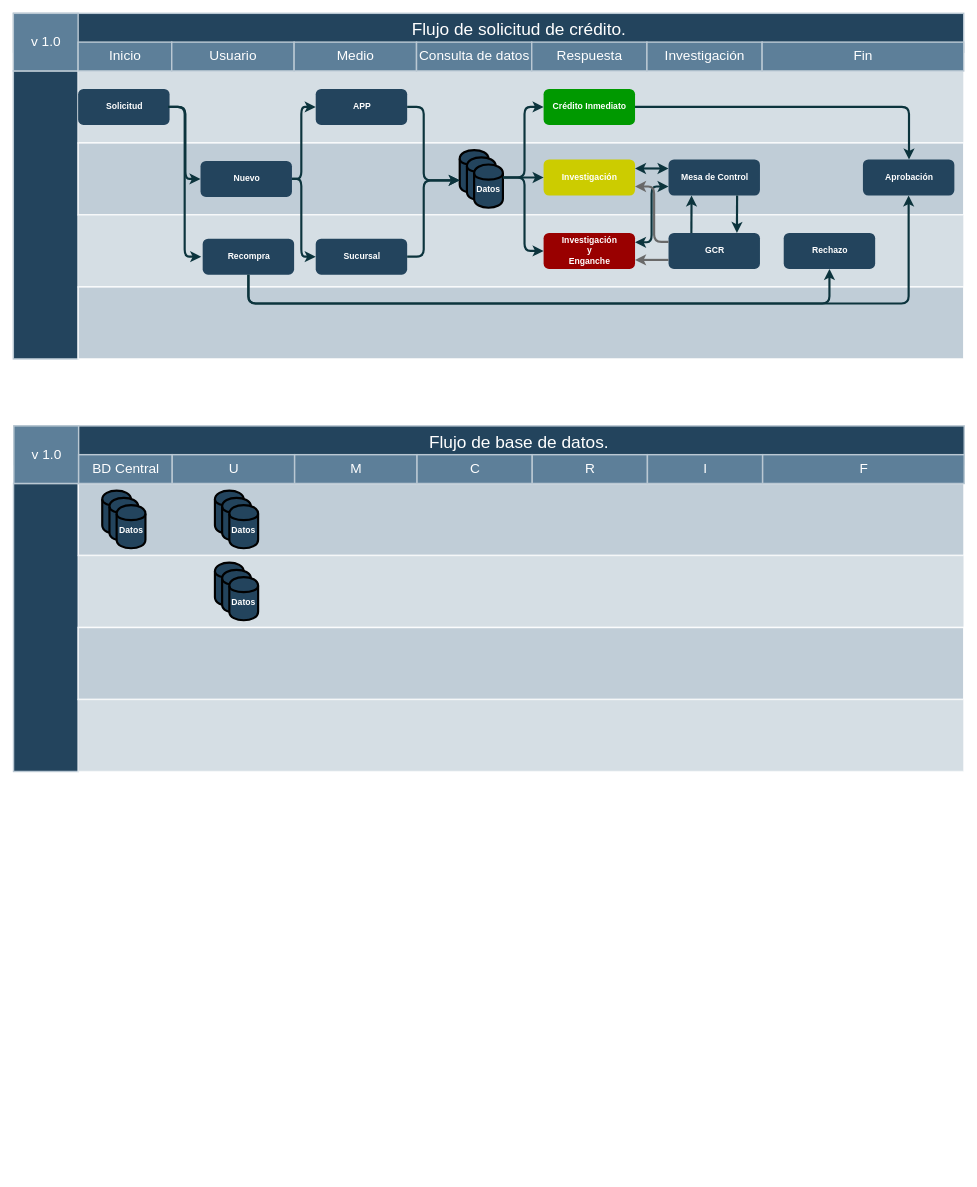
Before: Untitled Diagram.drawio in ChristianG-M/WEB, a draw.io diagram. Source tidied: cells renumbered, new cells numbered last; positions are measured from the earlier drawing's top-left corner, leaving out a move shared by most shapes. Both pictures are drawn from the tidied source at 72%, with x=0, y=0 at pixel (13, 13). Pictures stored in the file or linked from it are replaced by grey dashed boxes.
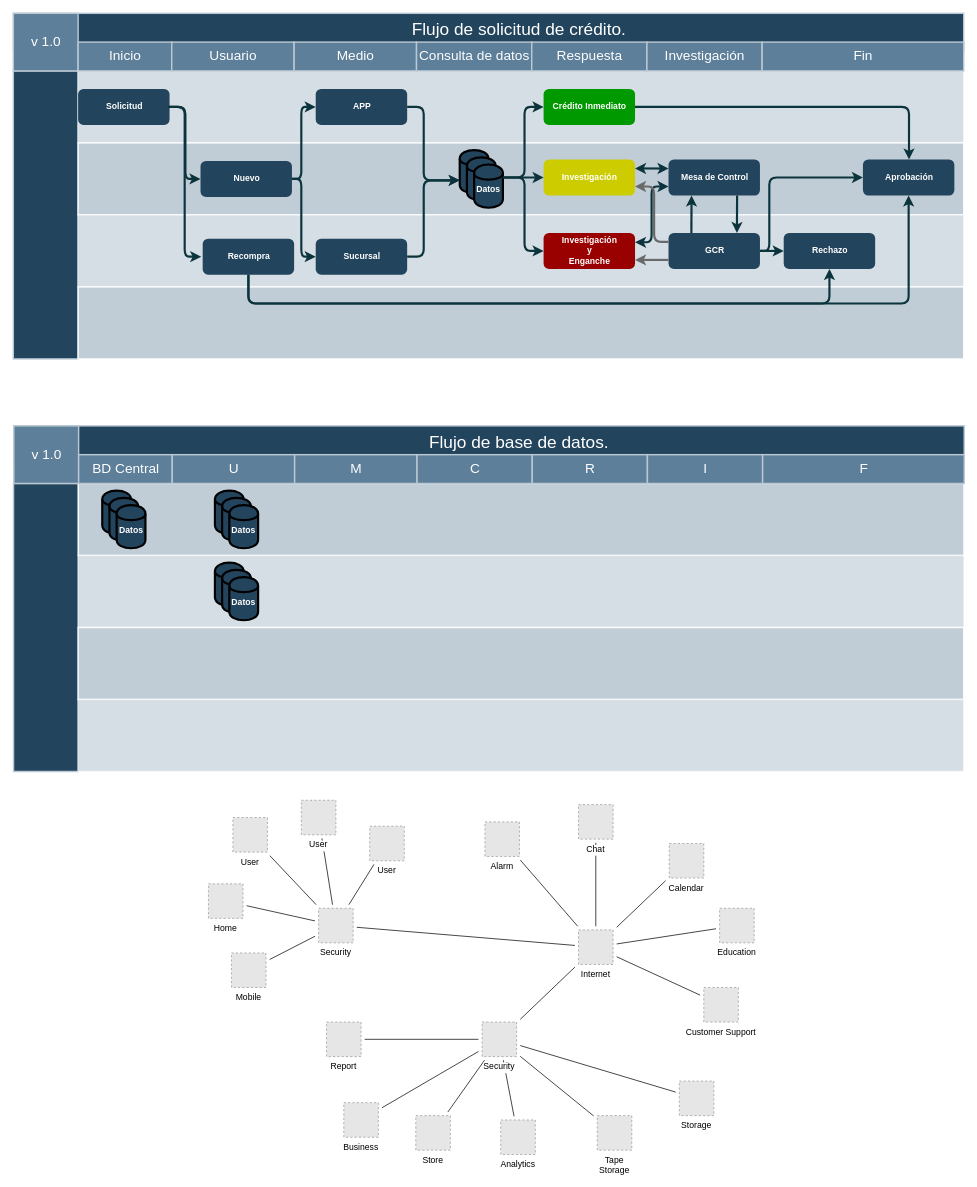
Above is the later version.

The change refers to these unchanged cells:
```xml
<mxCell id="39" value="&lt;font color=&quot;#FFFFFF&quot;&gt;&lt;b&gt;GCR&lt;/b&gt;&lt;/font&gt;" style="rounded=1;fillColor=#23445D;strokeColor=none;strokeWidth=2;fontFamily=Helvetica;html=1;gradientColor=none;" parent="1" vertex="1">
  <mxGeometry x="910" y="305" width="127" height="50" as="geometry" />
</mxCell>
<mxCell id="49" value="&lt;font color=&quot;#FFFFFF&quot;&gt;&lt;b&gt;Aprobación&lt;br&gt;&lt;/b&gt;&lt;/font&gt;" style="rounded=1;fillColor=#23445D;strokeColor=none;strokeWidth=2;fontFamily=Helvetica;html=1;gradientColor=none;" parent="1" vertex="1">
  <mxGeometry x="1180" y="203" width="127" height="50" as="geometry" />
</mxCell>
<mxCell id="50" value="&lt;font color=&quot;#FFFFFF&quot;&gt;&lt;b&gt;Rechazo&lt;br&gt;&lt;/b&gt;&lt;/font&gt;" style="rounded=1;fillColor=#23445D;strokeColor=none;strokeWidth=2;fontFamily=Helvetica;html=1;gradientColor=none;" parent="1" vertex="1">
  <mxGeometry x="1070" y="305" width="127" height="50" as="geometry" />
</mxCell>
```

Change to the diagram source:
```diff
@@
+    <mxCell id="78" style="edgeStyle=none;rounded=0;jettySize=auto;html=1;sourcePerimeterSpacing=5;endArrow=none;endFill=0;targetPerimeterSpacing=5;" parent="1" edge="1" source="97" target="107">
+      <mxGeometry relative="1" as="geometry" />
+    </mxCell>
+    <mxCell id="79" style="edgeStyle=none;rounded=0;jettySize=auto;html=1;sourcePerimeterSpacing=5;endArrow=none;endFill=0;targetPerimeterSpacing=5;" parent="1" edge="1" source="100" target="107">
+      <mxGeometry relative="1" as="geometry" />
+    </mxCell>
+    <mxCell id="80" style="edgeStyle=none;rounded=0;jettySize=auto;html=1;sourcePerimeterSpacing=5;endArrow=none;endFill=0;targetPerimeterSpacing=5;" parent="1" edge="1" source="106" target="102">
+      <mxGeometry relative="1" as="geometry" />
+    </mxCell>
+    <mxCell id="81" style="edgeStyle=none;rounded=0;jettySize=auto;html=1;sourcePerimeterSpacing=5;endArrow=none;endFill=0;targetPerimeterSpacing=5;" parent="1" edge="1" source="106" target="98">
+      <mxGeometry relative="1" as="geometry" />
+    </mxCell>
+    <mxCell id="82" style="edgeStyle=none;rounded=0;jettySize=auto;html=1;sourcePerimeterSpacing=5;endArrow=none;endFill=0;targetPerimeterSpacing=5;" parent="1" edge="1" source="106" target="108">
+      <mxGeometry relative="1" as="geometry" />
+    </mxCell>
+    <mxCell id="83" style="edgeStyle=none;rounded=0;jettySize=auto;html=1;sourcePerimeterSpacing=5;endArrow=none;endFill=0;targetPerimeterSpacing=5;" parent="1" edge="1" source="106" target="101">
+      <mxGeometry relative="1" as="geometry" />
+    </mxCell>
+    <mxCell id="84" style="edgeStyle=none;rounded=0;jettySize=auto;html=1;sourcePerimeterSpacing=5;endArrow=none;endFill=0;targetPerimeterSpacing=5;" parent="1" edge="1" source="106" target="99">
+      <mxGeometry relative="1" as="geometry" />
+    </mxCell>
+    <mxCell id="85" style="edgeStyle=none;rounded=0;jettySize=auto;html=1;sourcePerimeterSpacing=5;endArrow=none;endFill=0;targetPerimeterSpacing=5;" parent="1" edge="1" source="106" target="114">
+      <mxGeometry relative="1" as="geometry" />
+    </mxCell>
+    <mxCell id="86" style="edgeStyle=none;rounded=0;jettySize=auto;html=1;sourcePerimeterSpacing=5;endArrow=none;endFill=0;targetPerimeterSpacing=5;" parent="1" edge="1" source="107" target="106">
+      <mxGeometry relative="1" as="geometry" />
+    </mxCell>
+    <mxCell id="87" style="edgeStyle=none;rounded=0;jettySize=auto;html=1;sourcePerimeterSpacing=5;endArrow=none;endFill=0;targetPerimeterSpacing=5;" parent="1" edge="1" source="111" target="107">
+      <mxGeometry relative="1" as="geometry" />
+    </mxCell>
+    <mxCell id="88" style="rounded=0;jettySize=auto;html=1;endArrow=none;endFill=0;sourcePerimeterSpacing=5;targetPerimeterSpacing=5;" parent="1" edge="1" source="112" target="107">
+      <mxGeometry relative="1" as="geometry" />
+    </mxCell>
+    <mxCell id="89" style="edgeStyle=none;rounded=0;jettySize=auto;html=1;sourcePerimeterSpacing=5;endArrow=none;endFill=0;targetPerimeterSpacing=5;" parent="1" edge="1" source="113" target="107">
+      <mxGeometry relative="1" as="geometry" />
+    </mxCell>
+    <mxCell id="90" style="edgeStyle=none;rounded=0;jettySize=auto;html=1;sourcePerimeterSpacing=5;endArrow=none;endFill=0;targetPerimeterSpacing=5;" parent="1" edge="1" source="114" target="104">
+      <mxGeometry relative="1" as="geometry" />
+    </mxCell>
+    <mxCell id="91" style="edgeStyle=none;rounded=0;jettySize=auto;html=1;sourcePerimeterSpacing=5;endArrow=none;endFill=0;targetPerimeterSpacing=5;" parent="1" edge="1" source="114" target="103">
+      <mxGeometry relative="1" as="geometry" />
+    </mxCell>
+    <mxCell id="92" style="edgeStyle=none;rounded=0;jettySize=auto;html=1;sourcePerimeterSpacing=5;endArrow=none;endFill=0;targetPerimeterSpacing=5;" parent="1" edge="1" source="114" target="110">
+      <mxGeometry relative="1" as="geometry" />
+    </mxCell>
+    <mxCell id="93" style="edgeStyle=none;rounded=0;jettySize=auto;html=1;sourcePerimeterSpacing=5;endArrow=none;endFill=0;targetPerimeterSpacing=5;" parent="1" edge="1" source="114" target="109">
+      <mxGeometry relative="1" as="geometry" />
+    </mxCell>
+    <mxCell id="94" style="edgeStyle=none;rounded=0;jettySize=auto;html=1;sourcePerimeterSpacing=5;endArrow=none;endFill=0;targetPerimeterSpacing=5;" parent="1" edge="1" source="114" target="96">
+      <mxGeometry relative="1" as="geometry" />
+    </mxCell>
+    <mxCell id="95" style="edgeStyle=none;rounded=0;jettySize=auto;html=1;sourcePerimeterSpacing=5;endArrow=none;endFill=0;targetPerimeterSpacing=5;" parent="1" edge="1" source="114" target="105">
+      <mxGeometry relative="1" as="geometry" />
+    </mxCell>
+    <mxCell id="96" value="Tape&#10;Storage" style="fillColor=#E6E6E6;strokeColor=#999999;dashed=1;verticalLabelPosition=bottom;verticalAlign=top;labelBackgroundColor=#ffffff;" parent="1" vertex="1">
+      <mxGeometry x="811" y="1531" width="48" height="48" as="geometry" />
+    </mxCell>
+    <mxCell id="97" value="Mobile" style="fillColor=#E6E6E6;strokeColor=#999999;dashed=1;verticalLabelPosition=bottom;verticalAlign=top;labelBackgroundColor=#ffffff;" parent="1" vertex="1">
+      <mxGeometry x="303" y="1305" width="48" height="48" as="geometry" />
+    </mxCell>
+    <mxCell id="98" value="Chat" style="fillColor=#E6E6E6;strokeColor=#999999;dashed=1;verticalLabelPosition=bottom;verticalAlign=top;labelBackgroundColor=#ffffff;" parent="1" vertex="1">
+      <mxGeometry x="785" y="1099" width="48" height="48" as="geometry" />
+    </mxCell>
+    <mxCell id="99" value="Customer Support" style="fillColor=#E6E6E6;strokeColor=#999999;dashed=1;verticalLabelPosition=bottom;verticalAlign=top;labelBackgroundColor=#ffffff;" parent="1" vertex="1">
+      <mxGeometry x="959" y="1353" width="48" height="48" as="geometry" />
+    </mxCell>
+    <mxCell id="100" value="Home" style="fillColor=#E6E6E6;strokeColor=#999999;dashed=1;verticalLabelPosition=bottom;verticalAlign=top;labelBackgroundColor=#ffffff;" parent="1" vertex="1">
+      <mxGeometry x="271" y="1209" width="48" height="48" as="geometry" />
+    </mxCell>
+    <mxCell id="101" value="Education" style="fillColor=#E6E6E6;strokeColor=#999999;dashed=1;verticalLabelPosition=bottom;verticalAlign=top;labelBackgroundColor=#ffffff;" parent="1" vertex="1">
+      <mxGeometry x="981" y="1243" width="48" height="48" as="geometry" />
+    </mxCell>
+    <mxCell id="102" value="Alarm" style="fillColor=#E6E6E6;strokeColor=#999999;dashed=1;verticalLabelPosition=bottom;verticalAlign=top;labelBackgroundColor=#ffffff;" parent="1" vertex="1">
+      <mxGeometry x="655" y="1123" width="48" height="48" as="geometry" />
+    </mxCell>
+    <mxCell id="103" value="Business" style="fillColor=#E6E6E6;strokeColor=#999999;dashed=1;verticalLabelPosition=bottom;verticalAlign=top;labelBackgroundColor=#ffffff;" parent="1" vertex="1">
+      <mxGeometry x="459" y="1513" width="48" height="48" as="geometry" />
+    </mxCell>
+    <mxCell id="104" value="Report" style="fillColor=#E6E6E6;strokeColor=#999999;dashed=1;verticalLabelPosition=bottom;verticalAlign=top;labelBackgroundColor=#ffffff;" parent="1" vertex="1">
+      <mxGeometry x="435" y="1401" width="48" height="48" as="geometry" />
+    </mxCell>
+    <mxCell id="105" value="Storage" style="fillColor=#E6E6E6;strokeColor=#999999;dashed=1;verticalLabelPosition=bottom;verticalAlign=top;labelBackgroundColor=#ffffff;" parent="1" vertex="1">
+      <mxGeometry x="925" y="1483" width="48" height="48" as="geometry" />
+    </mxCell>
+    <mxCell id="106" value="Internet" style="fillColor=#E6E6E6;strokeColor=#999999;dashed=1;verticalLabelPosition=bottom;verticalAlign=top;labelBackgroundColor=#ffffff;" parent="1" vertex="1">
+      <mxGeometry x="785" y="1273" width="48" height="48" as="geometry" />
+    </mxCell>
+    <mxCell id="107" value="Security" style="fillColor=#E6E6E6;strokeColor=#999999;dashed=1;verticalLabelPosition=bottom;verticalAlign=top;labelBackgroundColor=#ffffff;" parent="1" vertex="1">
+      <mxGeometry x="424" y="1243" width="48" height="48" as="geometry" />
+    </mxCell>
+    <mxCell id="108" value="Calendar" style="fillColor=#E6E6E6;strokeColor=#999999;dashed=1;verticalLabelPosition=bottom;verticalAlign=top;labelBackgroundColor=#ffffff;" parent="1" vertex="1">
+      <mxGeometry x="911" y="1153" width="48" height="48" as="geometry" />
+    </mxCell>
+    <mxCell id="109" value="Analytics" style="fillColor=#E6E6E6;strokeColor=#999999;dashed=1;verticalLabelPosition=bottom;verticalAlign=top;labelBackgroundColor=#ffffff;" parent="1" vertex="1">
+      <mxGeometry x="677" y="1537" width="48" height="48" as="geometry" />
+    </mxCell>
+    <mxCell id="110" value="Store" style="fillColor=#E6E6E6;strokeColor=#999999;dashed=1;verticalLabelPosition=bottom;verticalAlign=top;labelBackgroundColor=#ffffff;" parent="1" vertex="1">
+      <mxGeometry x="559" y="1531" width="48" height="48" as="geometry" />
+    </mxCell>
+    <mxCell id="111" value="User" style="fillColor=#E6E6E6;strokeColor=#999999;dashed=1;verticalLabelPosition=bottom;verticalAlign=top;labelBackgroundColor=#ffffff;" parent="1" vertex="1">
+      <mxGeometry x="305" y="1117" width="48" height="48" as="geometry" />
+    </mxCell>
+    <mxCell id="112" value="User" style="fillColor=#E6E6E6;strokeColor=#999999;dashed=1;verticalLabelPosition=bottom;verticalAlign=top;labelBackgroundColor=#ffffff;" parent="1" vertex="1">
+      <mxGeometry x="495" y="1129" width="48" height="48" as="geometry" />
+    </mxCell>
+    <mxCell id="113" value="User" style="fillColor=#E6E6E6;strokeColor=#999999;dashed=1;verticalLabelPosition=bottom;verticalAlign=top;labelBackgroundColor=#ffffff;" parent="1" vertex="1">
+      <mxGeometry x="400" y="1093" width="48" height="48" as="geometry" />
+    </mxCell>
+    <mxCell id="114" value="Security" style="fillColor=#E6E6E6;strokeColor=#999999;dashed=1;verticalLabelPosition=bottom;verticalAlign=top;labelBackgroundColor=#ffffff;" parent="1" vertex="1">
+      <mxGeometry x="651" y="1401" width="48" height="48" as="geometry" />
+    </mxCell>
+    <mxCell id="115" style="edgeStyle=elbowEdgeStyle;elbow=horizontal;strokeWidth=3;strokeColor=#0C343D;fontFamily=Helvetica;html=1;exitX=1;exitY=0.5;exitDx=0;exitDy=0;entryX=0;entryY=0.5;entryDx=0;entryDy=0;" parent="1" edge="1" source="39" target="50">
+      <mxGeometry x="530.1" y="832" as="geometry">
+        <Array as="points">
+          <mxPoint x="1050" y="343" />
+          <mxPoint x="1076" y="536" />
+          <mxPoint x="1109" y="665" />
+        </Array>
+      </mxGeometry>
+    </mxCell>
+    <mxCell id="116" style="edgeStyle=elbowEdgeStyle;elbow=horizontal;strokeWidth=3;strokeColor=#0C343D;fontFamily=Helvetica;html=1;exitX=1;exitY=0.5;exitDx=0;exitDy=0;entryX=0;entryY=0.5;entryDx=0;entryDy=0;" parent="1" edge="1" source="39" target="49">
+      <mxGeometry x="540.1" y="842" as="geometry">
+        <Array as="points">
+          <mxPoint x="1050" y="293" />
+          <mxPoint x="1060" y="353" />
+          <mxPoint x="1086" y="546" />
+          <mxPoint x="1119" y="675" />
+        </Array>
+      </mxGeometry>
+    </mxCell>
```
